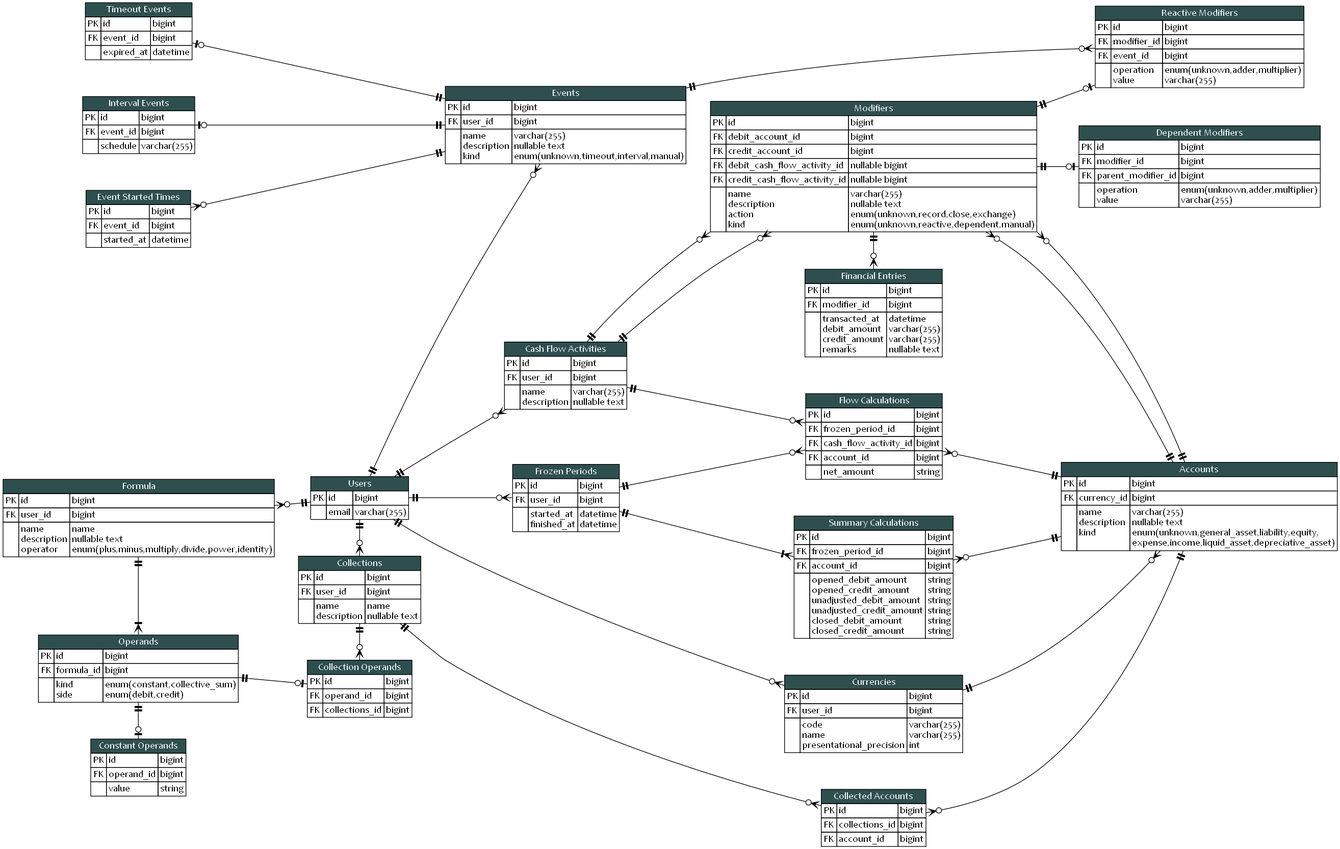
Earlier version of the Graphviz export blueprint/erd.png (KennethTrecy/peratorakka_server). Its source is kept beside it as blueprint/erd.dot.
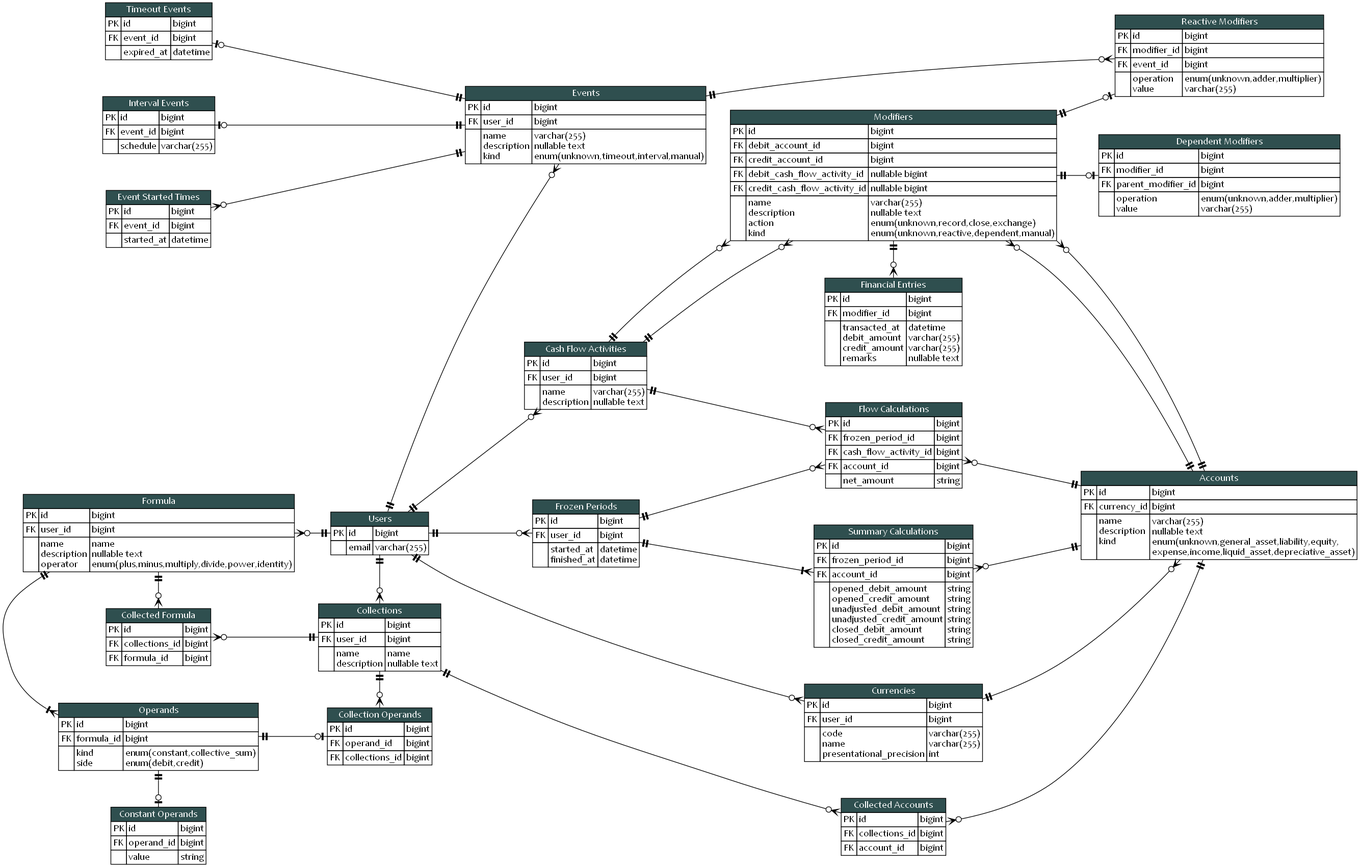
The same diagram one commit later.

Commit message:
docs(blueprint): add table to include formula in collections

What changed in the source:
```diff
@@ -621,6 +621,34 @@
 				<tr>
 					<td>FK</td>
 					<td align="left">account_id</td>
+					<td align="left">bigint</td>
+				</tr>
+			</table>
+			>
+		]
+		collected_formula [
+			label = <
+			<table cellspacing="0" border="0" cellborder="1">
+				<tr>
+					<td colspan="3" bgcolor="darkslategray">
+						<font color="white">
+							Collected Formula
+						</font>
+					</td>
+				</tr>
+				<tr>
+					<td>PK</td>
+					<td align="left">id</td>
+					<td align="left">bigint</td>
+				</tr>
+				<tr>
+					<td>FK</td>
+					<td align="left">collections_id</td>
+					<td align="left">bigint</td>
+				</tr>
+				<tr>
+					<td>FK</td>
+					<td align="left">formula_id</td>
 					<td align="left">bigint</td>
 				</tr>
 			</table>
@@ -798,7 +826,9 @@
 		frozen_periods -> flow_calculations
 		accounts -> flow_calculations
 		accounts -> collected_accounts
+		formula -> collected_formula
 		collections -> collected_accounts
+		collections -> collected_formula
 		collections -> collection_operands
 	}
 
@@ -827,6 +857,7 @@
 		interval_events
 		timeout_events
 		event_started_times
+		collected_formula
 	}
 
 	{
```
